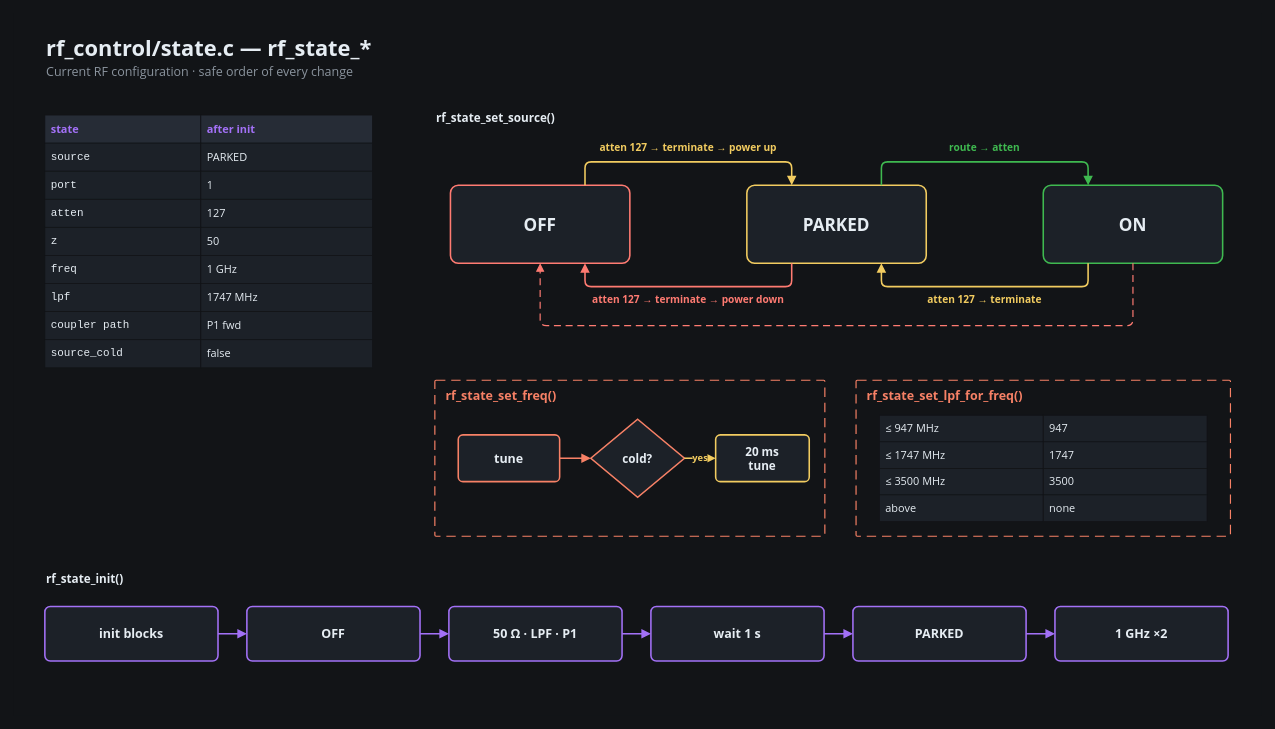
Above: docs/presentation/diagrams/code-08-rf-state.drawio in ml3rc/SNA (draw.io), before the change. Source tidied: cells renumbered, new cells numbered last; positions are measured from the earlier drawing's top-left corner, leaving out a move shared by most shapes. Both pictures are drawn from the tidied source at 78%, with x=0, y=0 at pixel (13, 13).
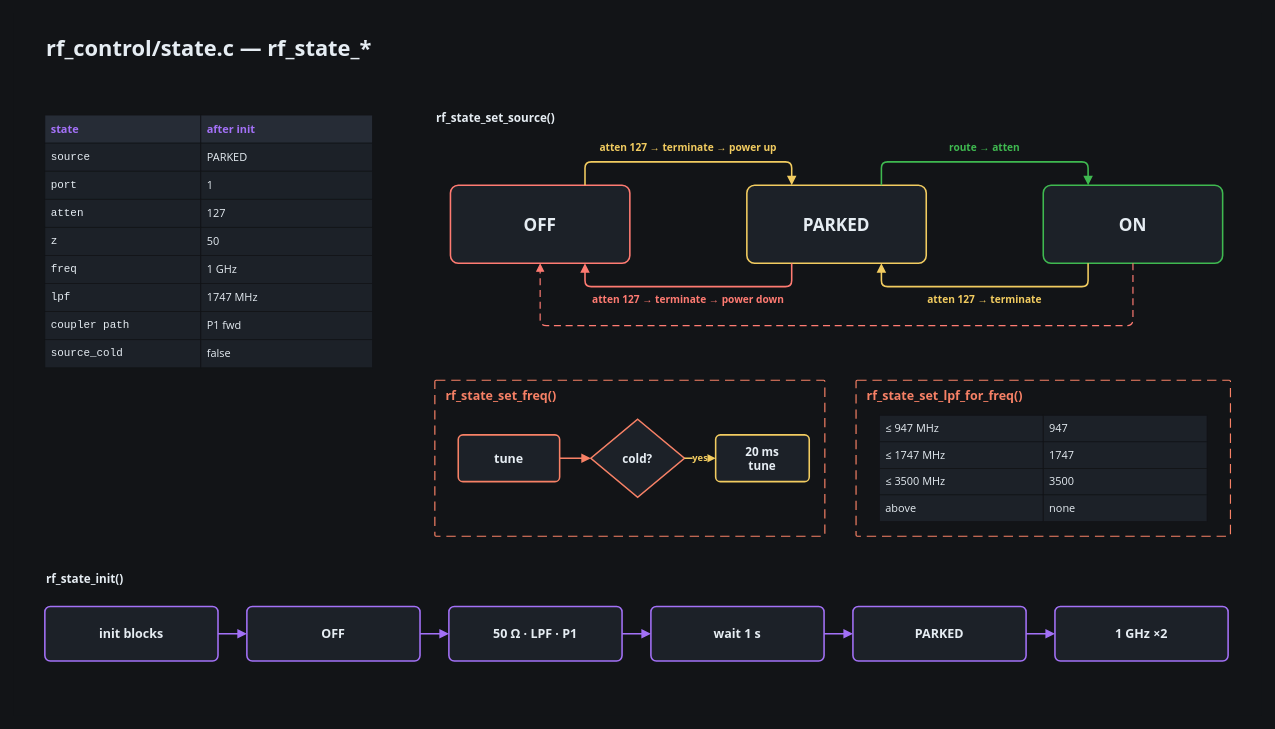
Above is the later version.

Change to the diagram source:
```diff
@@
-    <mxCell id="6" value="Current RF configuration · safe order of every change" style="text;html=1;whiteSpace=wrap;strokeColor=none;fillColor=none;fontColor=#8B949E;fontFamily=Segoe UI;fontSize=16;fontStyle=0;align=left;verticalAlign=middle;" parent="1" vertex="1">
-      <mxGeometry x="40" y="62" width="1520" height="26" as="geometry" />
-    </mxCell>
```
